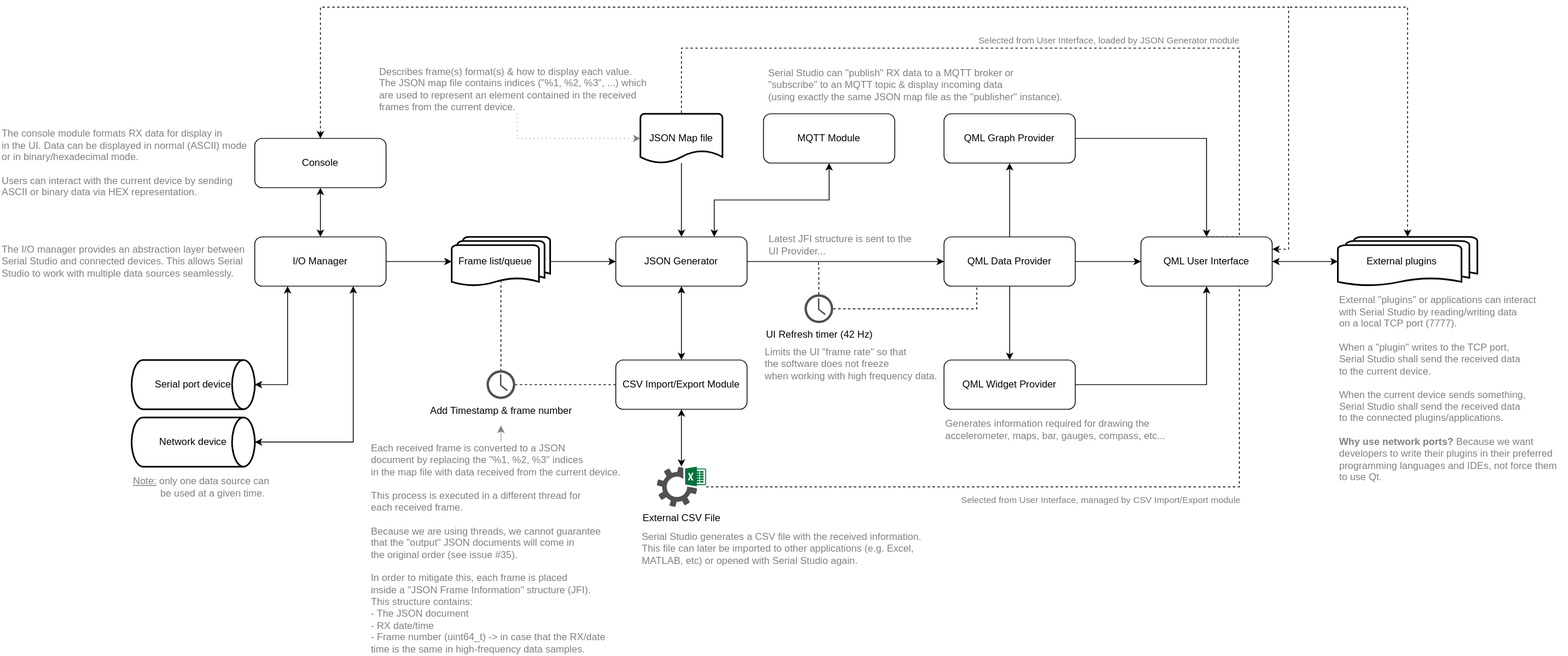
Above: doc/architecture/architecture.svg in Serial-Studio/Serial-Studio (draw.io), before the change. Source tidied: cells renumbered, new cells last; positions are measured from the earlier drawing's top-left corner, leaving out a move shared by most shapes.
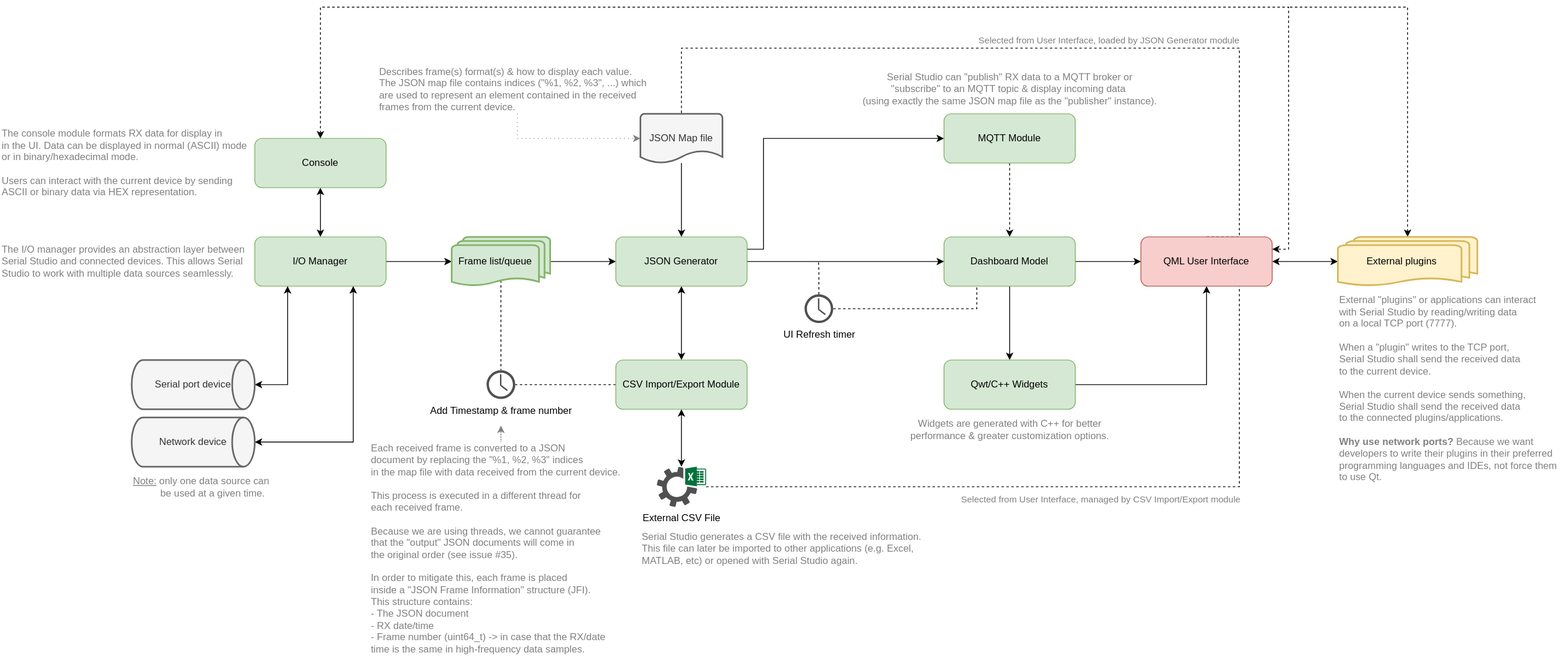
The same file after the commit.

Commit message:
Update software architecture drawing

What changed in the source:
```diff
@@ -5,13 +5,13 @@
     <mxCell id="2" style="edgeStyle=orthogonalEdgeStyle;rounded=0;jettySize=auto;html=1;exitX=1;exitY=0.5;exitDx=0;exitDy=0;entryX=0;entryY=0.5;entryDx=0;entryDy=0;entryPerimeter=0;" parent="1" edge="1" source="3" target="8">
       <mxGeometry relative="1" as="geometry" />
     </mxCell>
-    <mxCell id="3" value="I/O Manager" style="rounded=1;whiteSpace=wrap;html=1;" parent="1" vertex="1">
+    <mxCell id="3" value="I/O Manager" style="rounded=1;whiteSpace=wrap;html=1;fillColor=#d5e8d4;strokeColor=#82b366;" parent="1" vertex="1">
       <mxGeometry x="310" y="280" width="160" height="60" as="geometry" />
     </mxCell>
     <mxCell id="4" style="edgeStyle=orthogonalEdgeStyle;rounded=0;jettySize=auto;html=1;exitX=1;exitY=0.5;exitDx=0;exitDy=0;exitPerimeter=0;entryX=0.25;entryY=1;entryDx=0;entryDy=0;startArrow=classic;startFill=1;" parent="1" edge="1" source="5" target="3">
       <mxGeometry relative="1" as="geometry" />
     </mxCell>
-    <mxCell id="5" value="Serial port device" style="strokeWidth=2;html=1;shape=mxgraph.flowchart.direct_data;whiteSpace=wrap;" parent="1" vertex="1">
+    <mxCell id="5" value="Serial port device" style="strokeWidth=2;html=1;shape=mxgraph.flowchart.direct_data;whiteSpace=wrap;fillColor=#f5f5f5;strokeColor=#666666;fontColor=#333333;" parent="1" vertex="1">
       <mxGeometry x="160" y="430" width="150" height="60" as="geometry" />
     </mxCell>
     <mxCell id="6" style="edgeStyle=orthogonalEdgeStyle;rounded=0;jettySize=auto;html=1;exitX=1;exitY=0.5;exitDx=0;exitDy=0;exitPerimeter=0;entryX=0;entryY=0.5;entryDx=0;entryDy=0;" parent="1" edge="1" source="8" target="11">
@@ -20,7 +20,7 @@
     <mxCell id="7" style="edgeStyle=orthogonalEdgeStyle;rounded=0;jettySize=auto;html=1;exitX=0.5;exitY=0.88;exitDx=0;exitDy=0;exitPerimeter=0;endArrow=none;endFill=0;dashed=1;" parent="1" edge="1" source="8" target="12">
       <mxGeometry relative="1" as="geometry" />
     </mxCell>
-    <mxCell id="8" value="&amp;nbsp; Frame list/queue" style="strokeWidth=2;html=1;shape=mxgraph.flowchart.multi-document;whiteSpace=wrap;align=left;" parent="1" vertex="1">
+    <mxCell id="8" value="&amp;nbsp; Frame list/queue" style="strokeWidth=2;html=1;shape=mxgraph.flowchart.multi-document;whiteSpace=wrap;align=left;fillColor=#d5e8d4;strokeColor=#82b366;" parent="1" vertex="1">
       <mxGeometry x="550" y="280" width="120" height="60" as="geometry" />
     </mxCell>
     <mxCell id="9" style="edgeStyle=orthogonalEdgeStyle;rounded=0;jettySize=auto;html=1;exitX=0.5;exitY=1;exitDx=0;exitDy=0;entryX=0.5;entryY=0;entryDx=0;entryDy=0;startArrow=classic;startFill=1;endArrow=classic;endFill=1;" parent="1" edge="1" source="11" target="15">
@@ -29,7 +29,15 @@
     <mxCell id="10" style="edgeStyle=orthogonalEdgeStyle;rounded=0;jettySize=auto;html=1;exitX=1;exitY=0.5;exitDx=0;exitDy=0;entryX=0;entryY=0.5;entryDx=0;entryDy=0;startArrow=none;startFill=0;endArrow=classic;endFill=1;" parent="1" edge="1" source="11" target="23">
       <mxGeometry relative="1" as="geometry" />
     </mxCell>
+    <mxCell id="58" style="edgeStyle=orthogonalEdgeStyle;rounded=0;jettySize=auto;html=1;exitX=1;exitY=0.25;exitDx=0;exitDy=0;entryX=0;entryY=0.5;entryDx=0;entryDy=0;" parent="1" edge="1" source="11" target="50">
+      <mxGeometry relative="1" as="geometry">
+        <Array as="points">
+          <mxPoint x="930" y="295" />
+          <mxPoint x="930" y="160" />
+        </Array>
+      </mxGeometry>
+    </mxCell>
-    <mxCell id="11" value="JSON Generator" style="rounded=1;whiteSpace=wrap;html=1;" parent="1" vertex="1">
+    <mxCell id="11" value="JSON Generator" style="rounded=1;whiteSpace=wrap;html=1;fillColor=#d5e8d4;strokeColor=#82b366;" parent="1" vertex="1">
       <mxGeometry x="750" y="280" width="160" height="60" as="geometry" />
     </mxCell>
     <mxCell id="12" value="Add Timestamp &amp;amp; frame number" style="shadow=0;dashed=0;html=1;strokeColor=none;fillColor=#505050;labelPosition=center;verticalLabelPosition=bottom;verticalAlign=top;outlineConnect=0;align=center;shape=mxgraph.office.concepts.clock;" parent="1" vertex="1">
@@ -41,7 +49,7 @@
     <mxCell id="14" style="edgeStyle=orthogonalEdgeStyle;rounded=0;jettySize=auto;html=1;exitX=0.5;exitY=1;exitDx=0;exitDy=0;startArrow=classic;startFill=1;" parent="1" edge="1" source="15" target="17">
       <mxGeometry relative="1" as="geometry" />
     </mxCell>
-    <mxCell id="15" value="CSV Import/Export Module" style="rounded=1;whiteSpace=wrap;html=1;" parent="1" vertex="1">
+    <mxCell id="15" value="CSV Import/Export Module" style="rounded=1;whiteSpace=wrap;html=1;fillColor=#d5e8d4;strokeColor=#82b366;" parent="1" vertex="1">
       <mxGeometry x="750" y="430" width="160" height="60" as="geometry" />
     </mxCell>
     <mxCell id="16" style="edgeStyle=orthogonalEdgeStyle;rounded=0;jettySize=auto;html=1;dashed=1;startArrow=none;startFill=0;endArrow=none;endFill=0;entryX=0.75;entryY=1;entryDx=0;entryDy=0;" parent="1" edge="1" source="17" target="31">
@@ -53,31 +61,22 @@
     <mxCell id="18" style="edgeStyle=orthogonalEdgeStyle;rounded=0;jettySize=auto;html=1;startArrow=none;startFill=0;endArrow=classic;endFill=1;" parent="1" edge="1" source="19" target="11">
       <mxGeometry relative="1" as="geometry" />
     </mxCell>
-    <mxCell id="19" value="JSON Map file" style="strokeWidth=2;html=1;shape=mxgraph.flowchart.document2;whiteSpace=wrap;size=0.25;" parent="1" vertex="1">
+    <mxCell id="19" value="JSON Map file" style="strokeWidth=2;html=1;shape=mxgraph.flowchart.document2;whiteSpace=wrap;size=0.25;fillColor=#f5f5f5;strokeColor=#666666;fontColor=#333333;" parent="1" vertex="1">
       <mxGeometry x="780" y="130" width="100" height="60" as="geometry" />
     </mxCell>
-    <mxCell id="20" style="edgeStyle=orthogonalEdgeStyle;rounded=0;jettySize=auto;html=1;exitX=0.5;exitY=0;exitDx=0;exitDy=0;entryX=0.5;entryY=1;entryDx=0;entryDy=0;startArrow=none;startFill=0;endArrow=classic;endFill=1;" parent="1" edge="1" source="23" target="25">
-      <mxGeometry relative="1" as="geometry" />
-    </mxCell>
     <mxCell id="21" style="edgeStyle=orthogonalEdgeStyle;rounded=0;jettySize=auto;html=1;exitX=0.5;exitY=1;exitDx=0;exitDy=0;entryX=0.5;entryY=0;entryDx=0;entryDy=0;startArrow=none;startFill=0;endArrow=classic;endFill=1;" parent="1" edge="1" source="23" target="27">
       <mxGeometry relative="1" as="geometry" />
     </mxCell>
     <mxCell id="22" style="edgeStyle=orthogonalEdgeStyle;rounded=0;jettySize=auto;html=1;exitX=1;exitY=0.5;exitDx=0;exitDy=0;entryX=0;entryY=0.5;entryDx=0;entryDy=0;startArrow=none;startFill=0;endArrow=classic;endFill=1;" parent="1" edge="1" source="23" target="31">
       <mxGeometry relative="1" as="geometry" />
     </mxCell>
-    <mxCell id="23" value="QML Data Provider" style="rounded=1;whiteSpace=wrap;html=1;" parent="1" vertex="1">
+    <mxCell id="23" value="Dashboard Model" style="rounded=1;whiteSpace=wrap;html=1;fillColor=#d5e8d4;strokeColor=#82b366;" parent="1" vertex="1">
       <mxGeometry x="1150" y="280" width="160" height="60" as="geometry" />
     </mxCell>
-    <mxCell id="24" style="edgeStyle=orthogonalEdgeStyle;rounded=0;jettySize=auto;html=1;exitX=1;exitY=0.5;exitDx=0;exitDy=0;entryX=0.5;entryY=0;entryDx=0;entryDy=0;startArrow=none;startFill=0;endArrow=classic;endFill=1;" parent="1" edge="1" source="25" target="31">
-      <mxGeometry relative="1" as="geometry" />
-    </mxCell>
-    <mxCell id="25" value="QML Graph Provider" style="rounded=1;whiteSpace=wrap;html=1;" parent="1" vertex="1">
-      <mxGeometry x="1150" y="130" width="160" height="60" as="geometry" />
-    </mxCell>
     <mxCell id="26" style="edgeStyle=orthogonalEdgeStyle;rounded=0;jettySize=auto;html=1;exitX=1;exitY=0.5;exitDx=0;exitDy=0;entryX=0.5;entryY=1;entryDx=0;entryDy=0;startArrow=none;startFill=0;endArrow=classic;endFill=1;" parent="1" edge="1" source="27" target="31">
       <mxGeometry relative="1" as="geometry" />
     </mxCell>
-    <mxCell id="27" value="QML Widget Provider" style="rounded=1;whiteSpace=wrap;html=1;" parent="1" vertex="1">
+    <mxCell id="27" value="Qwt/C++ Widgets" style="rounded=1;whiteSpace=wrap;html=1;fillColor=#d5e8d4;strokeColor=#82b366;" parent="1" vertex="1">
       <mxGeometry x="1150" y="430" width="160" height="60" as="geometry" />
     </mxCell>
     <mxCell id="28" style="edgeStyle=orthogonalEdgeStyle;rounded=0;jettySize=auto;html=1;exitX=1;exitY=0.5;exitDx=0;exitDy=0;entryX=0;entryY=0.5;entryDx=0;entryDy=0;entryPerimeter=0;startArrow=classic;startFill=1;endArrow=classic;endFill=1;" parent="1" edge="1" source="31" target="33">
@@ -97,7 +96,7 @@
         <mxPoint x="-3" y="-11" as="offset" />
       </mxGeometry>
     </mxCell>
-    <mxCell id="31" value="QML User Interface" style="rounded=1;whiteSpace=wrap;html=1;" parent="1" vertex="1">
+    <mxCell id="31" value="QML User Interface" style="rounded=1;whiteSpace=wrap;html=1;fillColor=#f8cecc;strokeColor=#b85450;" parent="1" vertex="1">
       <mxGeometry x="1390" y="280" width="160" height="60" as="geometry" />
     </mxCell>
     <mxCell id="32" style="edgeStyle=orthogonalEdgeStyle;rounded=0;jettySize=auto;html=1;exitX=0.5;exitY=0;exitDx=0;exitDy=0;exitPerimeter=0;dashed=1;fontColor=#808080;startArrow=classic;startFill=1;endArrow=none;endFill=0;" parent="1" edge="1" source="33">
@@ -108,7 +107,7 @@
         </Array>
       </mxGeometry>
     </mxCell>
-    <mxCell id="33" value="&amp;nbsp; &amp;nbsp; &amp;nbsp; &amp;nbsp; &amp;nbsp; External plugins" style="strokeWidth=2;html=1;shape=mxgraph.flowchart.multi-document;whiteSpace=wrap;align=left;" parent="1" vertex="1">
+    <mxCell id="33" value="&amp;nbsp; &amp;nbsp; &amp;nbsp; &amp;nbsp; &amp;nbsp; External plugins" style="strokeWidth=2;html=1;shape=mxgraph.flowchart.multi-document;whiteSpace=wrap;align=left;fillColor=#fff2cc;strokeColor=#d6b656;" parent="1" vertex="1">
       <mxGeometry x="1630" y="280" width="170" height="60" as="geometry" />
     </mxCell>
     <mxCell id="34" style="edgeStyle=orthogonalEdgeStyle;rounded=0;jettySize=auto;html=1;entryX=0;entryY=0.5;entryDx=0;entryDy=0;entryPerimeter=0;dashed=1;fontColor=#808080;startArrow=none;startFill=0;endArrow=classic;endFill=1;dashPattern=1 4;strokeColor=#808080;" parent="1" edge="1" source="35" target="19">
@@ -123,15 +122,12 @@
     <mxCell id="37" style="edgeStyle=orthogonalEdgeStyle;rounded=0;jettySize=auto;html=1;exitX=1;exitY=0.5;exitDx=0;exitDy=0;exitPerimeter=0;entryX=0.75;entryY=1;entryDx=0;entryDy=0;startArrow=classic;startFill=1;" parent="1" edge="1" source="38" target="3">
       <mxGeometry relative="1" as="geometry" />
     </mxCell>
-    <mxCell id="38" value="Network device" style="strokeWidth=2;html=1;shape=mxgraph.flowchart.direct_data;whiteSpace=wrap;" parent="1" vertex="1">
+    <mxCell id="38" value="Network device" style="strokeWidth=2;html=1;shape=mxgraph.flowchart.direct_data;whiteSpace=wrap;fillColor=#f5f5f5;strokeColor=#666666;fontColor=#333333;" parent="1" vertex="1">
       <mxGeometry x="160" y="500" width="150" height="60" as="geometry" />
     </mxCell>
     <mxCell id="39" value="&lt;u&gt;Note:&lt;/u&gt; only one data source can &lt;br&gt;&amp;nbsp; &amp;nbsp; &amp;nbsp; &amp;nbsp; &amp;nbsp; be used at a given time." style="text;html=1;align=left;verticalAlign=middle;strokeColor=none;fillColor=none;fontColor=#808080;" parent="1" vertex="1">
       <mxGeometry x="160" y="570" width="180" height="30" as="geometry" />
     </mxCell>
-    <mxCell id="40" value="&lt;div style=&quot;text-align: left&quot;&gt;Latest JFI structure is sent to the&amp;nbsp;&lt;/div&gt;&lt;div style=&quot;text-align: left&quot;&gt;UI Provider...&lt;/div&gt;" style="text;html=1;align=center;verticalAlign=middle;strokeColor=none;fillColor=none;fontColor=#808080;" parent="1" vertex="1">
-      <mxGeometry x="930" y="275" width="190" height="30" as="geometry" />
-    </mxCell>
     <mxCell id="41" style="edgeStyle=orthogonalEdgeStyle;rounded=0;jettySize=auto;html=1;startArrow=none;startFill=0;dashed=1;endArrow=none;endFill=0;" parent="1" edge="1" source="43">
       <mxGeometry relative="1" as="geometry">
         <mxPoint x="997" y="310" as="targetPoint" />
@@ -144,12 +140,9 @@
     <mxCell id="42" style="edgeStyle=orthogonalEdgeStyle;rounded=0;jettySize=auto;html=1;entryX=0.25;entryY=1;entryDx=0;entryDy=0;dashed=1;startArrow=none;startFill=0;endArrow=none;endFill=0;" parent="1" edge="1" source="43" target="23">
       <mxGeometry relative="1" as="geometry" />
     </mxCell>
-    <mxCell id="43" value="UI Refresh timer (42 Hz)" style="shadow=0;dashed=0;html=1;strokeColor=none;fillColor=#505050;labelPosition=center;verticalLabelPosition=bottom;verticalAlign=top;outlineConnect=0;align=center;shape=mxgraph.office.concepts.clock;" parent="1" vertex="1">
+    <mxCell id="43" value="UI Refresh timer" style="shadow=0;dashed=0;html=1;strokeColor=none;fillColor=#505050;labelPosition=center;verticalLabelPosition=bottom;verticalAlign=top;outlineConnect=0;align=center;shape=mxgraph.office.concepts.clock;" parent="1" vertex="1">
       <mxGeometry x="980" y="350" width="35" height="35" as="geometry" />
     </mxCell>
-    <mxCell id="44" value="&lt;font color=&quot;#808080&quot;&gt;Limits the UI &quot;frame rate&quot; so that&lt;br&gt;the software does not freeze&lt;br&gt;&lt;/font&gt;&lt;div&gt;&lt;font color=&quot;#808080&quot;&gt;when working with high frequency data.&lt;/font&gt;&lt;/div&gt;" style="text;html=1;align=left;verticalAlign=middle;strokeColor=none;fillColor=none;" parent="1" vertex="1">
-      <mxGeometry x="930" y="410" width="230" height="50" as="geometry" />
-    </mxCell>
     <mxCell id="45" value="&lt;font color=&quot;#808080&quot;&gt;&lt;span&gt;External &quot;plugins&quot; or applications can interact&lt;br&gt;&lt;/span&gt;with Serial Studio by reading/writing data&lt;br&gt;on a local TCP port (7777).&lt;br&gt;&lt;br&gt;When a &quot;plugin&quot; writes to the TCP port,&lt;br&gt;Serial Studio shall send the received data&lt;br&gt;to the current device.&lt;br&gt;&lt;br&gt;When the current device sends something,&lt;br&gt;Serial Studio shall send the received data&amp;nbsp;&lt;br&gt;to the connected plugins/applications.&lt;br&gt;&lt;b&gt;&lt;br&gt;Why use network ports? &lt;/b&gt;Because we want&amp;nbsp;&lt;br&gt;developers to write their plugins in their&amp;nbsp;preferred&lt;br&gt;programming languages and IDEs, not force them&lt;br&gt;to use Qt.&lt;br&gt;&lt;/font&gt;" style="text;html=1;align=left;verticalAlign=middle;strokeColor=none;fillColor=none;" parent="1" vertex="1">
       <mxGeometry x="1630" y="350" width="280" height="230" as="geometry" />
     </mxCell>
@@ -161,17 +154,14 @@
     <mxCell id="47" value="&lt;font color=&quot;#808080&quot;&gt;&lt;span&gt;Each received frame is converted to a JSON&lt;br&gt;document by replacing the &quot;%1, %2, %3&quot; indices&lt;br&gt;in the map file with data received from the current device.&lt;br&gt;&lt;br&gt;This process is executed in a different thread for&lt;br&gt;each received frame.&lt;br&gt;&lt;br&gt;Because we are using threads, we cannot guarantee&lt;br&gt;that the &quot;output&quot; JSON documents will come in&amp;nbsp;&lt;br&gt;the original order (see issue #35).&lt;br&gt;&lt;br&gt;In order to mitigate this, each frame is placed&lt;br&gt;inside a &quot;JSON Frame Information&quot; structure (JFI).&lt;br&gt;This structure contains:&lt;br&gt;- The JSON document&lt;br&gt;- RX date/time&lt;br&gt;- Frame number (uint64_t) -&amp;gt; in case that the RX/date&lt;br&gt;time is the same in high-frequency data samples.&lt;br&gt;&lt;/span&gt;&lt;/font&gt;" style="text;html=1;align=left;verticalAlign=middle;points=[];strokeColor=none;fillColor=none;" parent="1" vertex="1">
       <mxGeometry x="450" y="530" width="320" height="260" as="geometry" />
     </mxCell>
-    <mxCell id="48" value="&lt;font color=&quot;#808080&quot;&gt;&lt;span&gt;Generates information required for drawing the&lt;br&gt;accelerometer, maps, bar, gauges, compass, etc...&lt;/span&gt;&lt;/font&gt;" style="text;html=1;align=left;verticalAlign=middle;strokeColor=none;fillColor=none;" parent="1" vertex="1">
-      <mxGeometry x="1150" y="500" width="280" height="30" as="geometry" />
-    </mxCell>
-    <mxCell id="49" style="edgeStyle=orthogonalEdgeStyle;rounded=0;jettySize=auto;html=1;exitX=0.5;exitY=1;exitDx=0;exitDy=0;entryX=0.75;entryY=0;entryDx=0;entryDy=0;fontColor=#808080;startArrow=classic;startFill=1;endArrow=classic;endFill=1;" parent="1" edge="1" source="50" target="11">
-      <mxGeometry relative="1" as="geometry" />
-    </mxCell>
+    <mxCell id="59" style="edgeStyle=orthogonalEdgeStyle;rounded=0;jettySize=auto;html=1;exitX=0.5;exitY=1;exitDx=0;exitDy=0;entryX=0.5;entryY=0;entryDx=0;entryDy=0;dashed=1;" parent="1" edge="1" source="50" target="23">
+      <mxGeometry relative="1" as="geometry" />
+    </mxCell>
-    <mxCell id="50" value="MQTT Module" style="rounded=1;whiteSpace=wrap;html=1;" parent="1" vertex="1">
-      <mxGeometry x="930" y="130" width="160" height="60" as="geometry" />
+    <mxCell id="50" value="MQTT Module" style="rounded=1;whiteSpace=wrap;html=1;fillColor=#d5e8d4;strokeColor=#82b366;" parent="1" vertex="1">
+      <mxGeometry x="1150" y="130" width="160" height="60" as="geometry" />
     </mxCell>
-    <mxCell id="51" value="&lt;div style=&quot;text-align: left&quot;&gt;Serial Studio can &quot;publish&quot; RX data to a MQTT broker or&lt;/div&gt;&lt;div style=&quot;text-align: left&quot;&gt;&quot;subscribe&quot; to an MQTT topic &amp;amp; display incoming data&amp;nbsp;&lt;/div&gt;&lt;div style=&quot;text-align: left&quot;&gt;(using exactly the same JSON map file as the &quot;publisher&quot; instance).&lt;/div&gt;" style="text;html=1;align=center;verticalAlign=middle;strokeColor=none;fillColor=none;fontColor=#808080;" parent="1" vertex="1">
-      <mxGeometry x="930" y="70" width="370" height="50" as="geometry" />
+    <mxCell id="51" value="&lt;div&gt;Serial Studio can &quot;publish&quot; RX data to a MQTT broker or&lt;/div&gt;&lt;div&gt;&quot;subscribe&quot; to an MQTT topic &amp;amp; display incoming data&amp;nbsp;&lt;/div&gt;&lt;div&gt;(using exactly the same JSON map file as the &quot;publisher&quot; instance).&lt;/div&gt;" style="text;html=1;align=center;verticalAlign=middle;strokeColor=none;fillColor=none;fontColor=#808080;" parent="1" vertex="1">
+      <mxGeometry x="1045" y="75" width="370" height="50" as="geometry" />
     </mxCell>
     <mxCell id="52" value="&lt;font color=&quot;#808080&quot;&gt;&lt;span&gt;Serial Studio generates a CSV file with the received information.&lt;br&gt;This file can later be imported to other applications (e.g. Excel,&lt;br&gt;MATLAB, etc) or opened with Serial Studio again.&lt;br&gt;&lt;/span&gt;&lt;/font&gt;" style="text;html=1;align=left;verticalAlign=middle;strokeColor=none;fillColor=none;" parent="1" vertex="1">
       <mxGeometry x="780" y="635" width="360" height="50" as="geometry" />
@@ -191,11 +181,14 @@
         </Array>
       </mxGeometry>
     </mxCell>
-    <mxCell id="56" value="Console" style="rounded=1;whiteSpace=wrap;html=1;" parent="1" vertex="1">
+    <mxCell id="56" value="Console" style="rounded=1;whiteSpace=wrap;html=1;fillColor=#d5e8d4;strokeColor=#82b366;" parent="1" vertex="1">
       <mxGeometry x="310" y="160" width="160" height="60" as="geometry" />
     </mxCell>
     <mxCell id="57" value="&lt;font color=&quot;#808080&quot;&gt;&lt;span&gt;The console module formats RX data for display in&lt;br&gt;in the UI. Data can be displayed in normal (ASCII) mode&lt;br&gt;or in binary/hexadecimal mode.&lt;br&gt;&lt;br&gt;Users can interact with the current device by sending&lt;br&gt;ASCII or binary data via HEX representation.&lt;br&gt;&lt;/span&gt;&lt;/font&gt;" style="text;html=1;align=left;verticalAlign=middle;strokeColor=none;fillColor=none;" parent="1" vertex="1">
       <mxGeometry y="145" width="310" height="90" as="geometry" />
     </mxCell>
+    <mxCell id="60" value="&lt;div&gt;Widgets are generated with C++ for better&lt;/div&gt;&lt;div&gt;performance &amp;amp; greater customization options.&lt;/div&gt;" style="text;html=1;align=center;verticalAlign=middle;strokeColor=none;fillColor=none;fontColor=#808080;" parent="1" vertex="1">
+      <mxGeometry x="1100" y="500" width="260" height="30" as="geometry" />
+    </mxCell>
   </root>
 </mxGraphModel>
```
